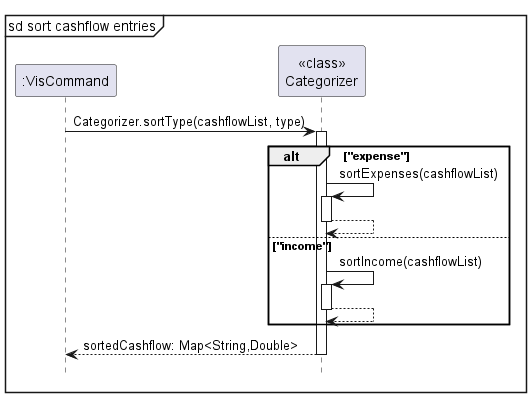
This is docs/images/vis/categorizerSequence.png from nus-cs2113-AY2324S1/tp, a PlantUML export, as it was before one commit.
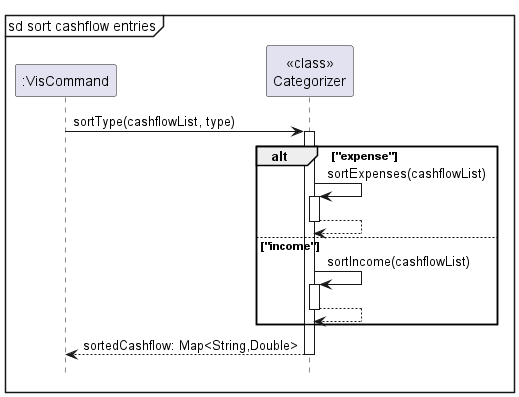
The same file after the commit.

The edit, as a diff of the source:
```diff
@@ -7,7 +7,7 @@
 participant ":VisCommand"
 participant "<<class>>\nCategorizer"
 
-":VisCommand"-> "<<class>>\nCategorizer": Categorizer.sortType(cashflowList, type)
+":VisCommand"-> "<<class>>\nCategorizer": sortType(cashflowList, type)
 
 alt "expense"
     "<<class>>\nCategorizer" -> "<<class>>\nCategorizer": sortExpenses(cashflowList)
```
